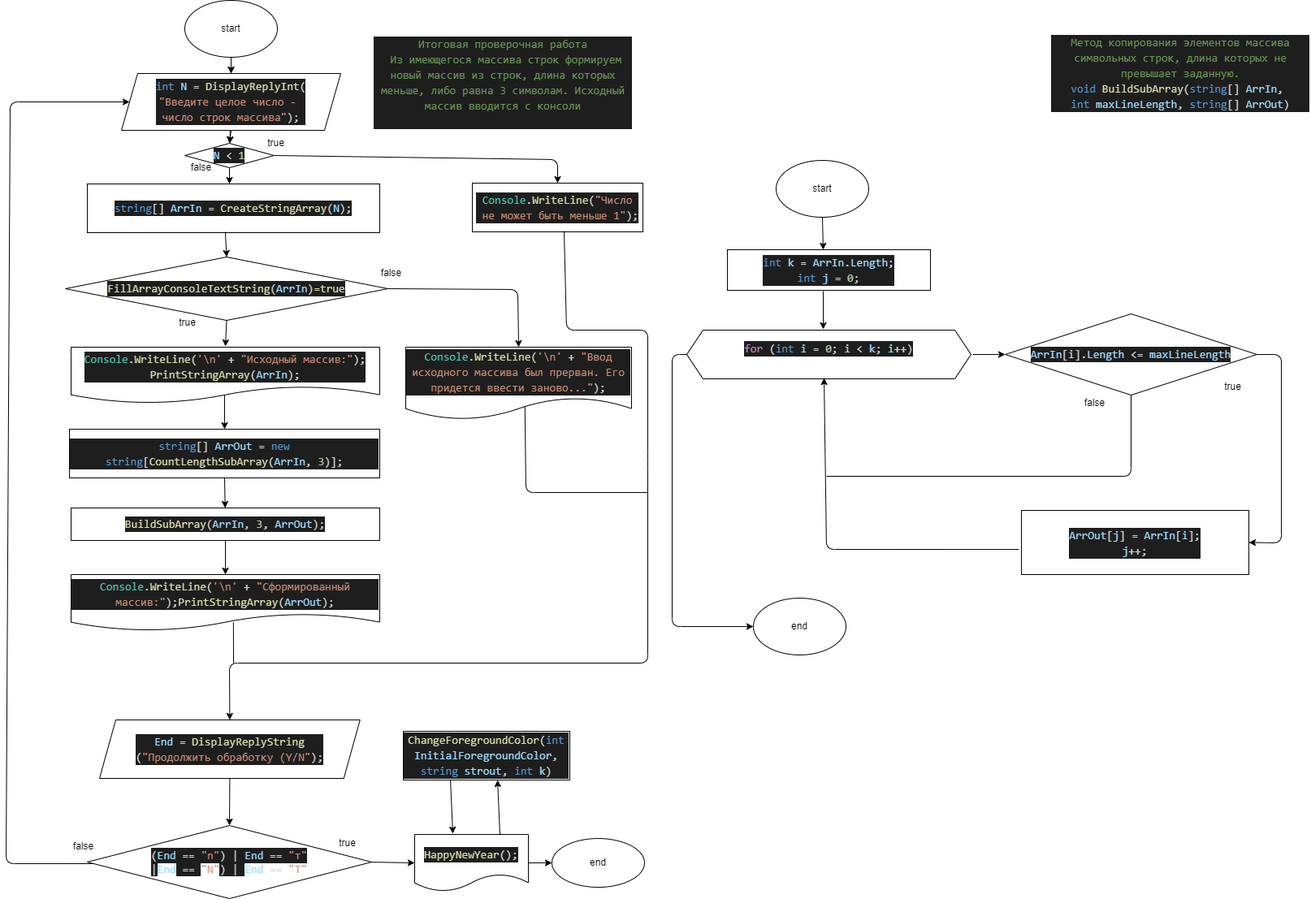
The draw.io diagram FirstTermTest/Blockchart000.drawio.png in ValeriiLubiako/C_Sharp_New_Repo, before a commit. Source tidied: cells renumbered, new cells last; positions are measured from the earlier drawing's top-left corner, leaving out a move shared by most shapes.
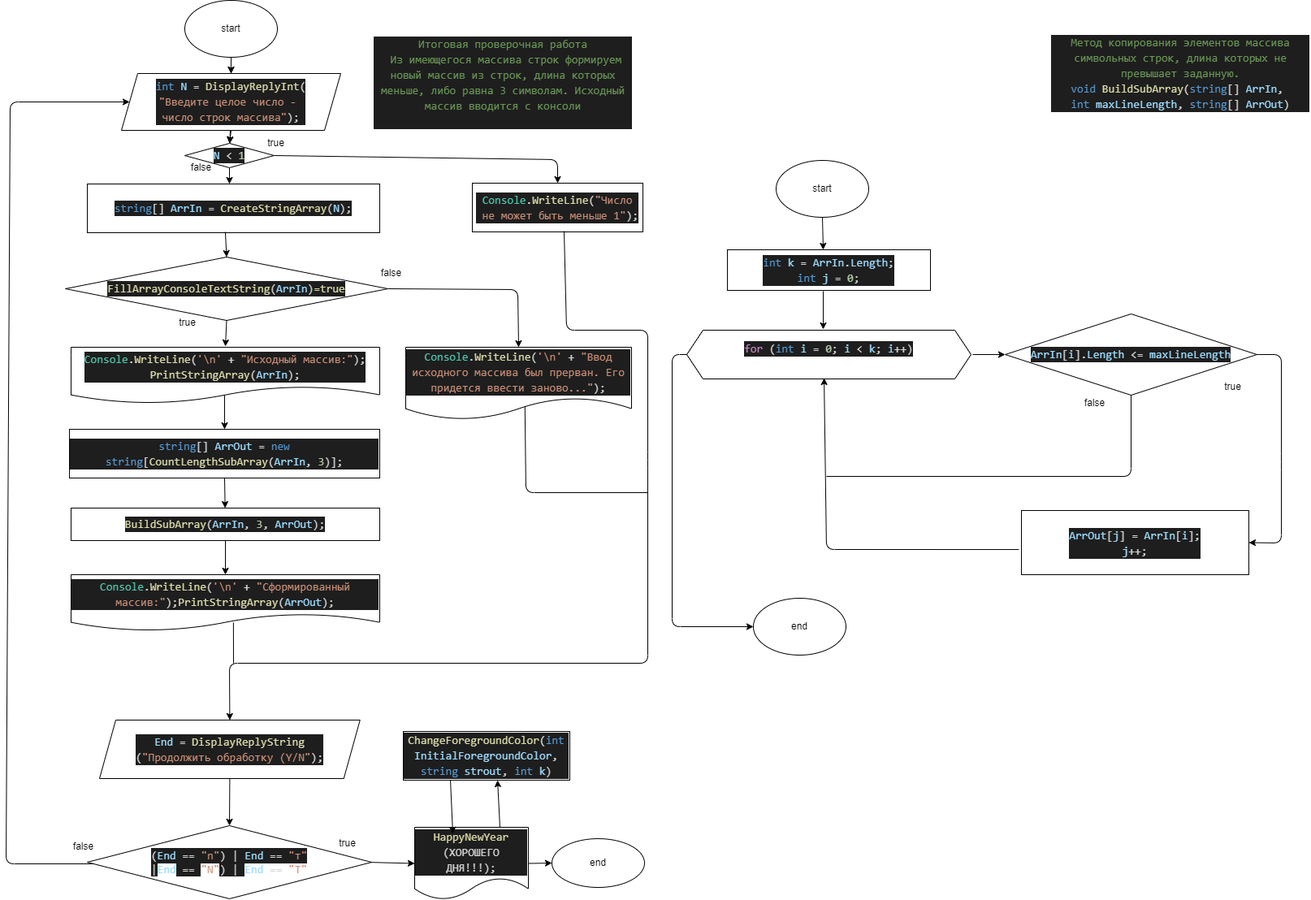
Later version of the same file.

Commit message:
BlockChart & ReadMe updated - minor fixings

Diff of the diagram source:
```diff
@@ -82,8 +82,8 @@
     <mxCell id="23" style="edgeStyle=none;html=1;exitX=1;exitY=0.5;exitDx=0;exitDy=0;entryX=0;entryY=0.5;entryDx=0;entryDy=0;" parent="1" edge="1" source="24" target="7">
       <mxGeometry relative="1" as="geometry" />
     </mxCell>
-    <mxCell id="24" value="&lt;div style=&quot;color: rgb(212 , 212 , 212) ; background-color: rgb(30 , 30 , 30) ; font-family: &amp;#34;consolas&amp;#34; , &amp;#34;courier new&amp;#34; , monospace ; font-size: 14px ; line-height: 19px&quot;&gt;&lt;span style=&quot;color: #dcdcaa&quot;&gt;HappyNewYear&lt;/span&gt;();&lt;/div&gt;" style="shape=document;whiteSpace=wrap;html=1;boundedLbl=1;" parent="1" vertex="1">
-      <mxGeometry x="503" y="1027" width="140" height="70" as="geometry" />
+    <mxCell id="24" value="&lt;div style=&quot;color: rgb(212 , 212 , 212) ; background-color: rgb(30 , 30 , 30) ; font-family: &amp;quot;consolas&amp;quot; , &amp;quot;courier new&amp;quot; , monospace ; font-size: 14px ; line-height: 19px&quot;&gt;&lt;span style=&quot;color: #dcdcaa&quot;&gt;HappyNewYear&lt;/span&gt;&lt;/div&gt;&lt;div style=&quot;color: rgb(212 , 212 , 212) ; background-color: rgb(30 , 30 , 30) ; font-family: &amp;quot;consolas&amp;quot; , &amp;quot;courier new&amp;quot; , monospace ; font-size: 14px ; line-height: 19px&quot;&gt;(ХОРОШЕГО ДНЯ!!!);&lt;/div&gt;" style="shape=document;whiteSpace=wrap;html=1;boundedLbl=1;" parent="1" vertex="1">
+      <mxGeometry x="503" y="1018" width="140" height="89" as="geometry" />
     </mxCell>
     <mxCell id="25" style="edgeStyle=none;html=1;exitX=0.75;exitY=0;exitDx=0;exitDy=0;entryX=0.566;entryY=1;entryDx=0;entryDy=0;entryPerimeter=0;" parent="1" edge="1" source="24" target="26">
       <mxGeometry relative="1" as="geometry" />
```
